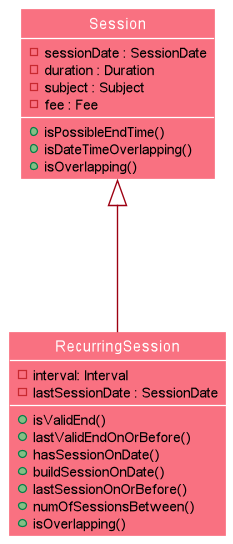
This is docs/images/shion/SessionAndRecurringClassDiagram.png from nus-cs2103-AY2021S2/tp, a PlantUML export, as it was before one commit.
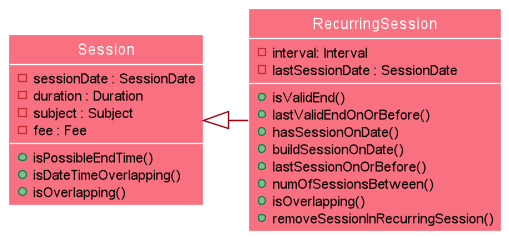
Later version of the same file.

The edit, as a diff of the source:
```diff
@@ -4,7 +4,7 @@
 skinparam arrowColor MODEL_COLOR
 skinparam classBackgroundColor MODEL_COLOR_T1
 show members
-Session <|--- RecurringSession
+Session <|- RecurringSession
         class Session {
             - sessionDate : SessionDate
             - duration : Duration
@@ -25,5 +25,6 @@
             + lastSessionOnOrBefore()
             + numOfSessionsBetween()
             + isOverlapping()
+            + removeSessionInRecurringSession()
         }
 @enduml
```
